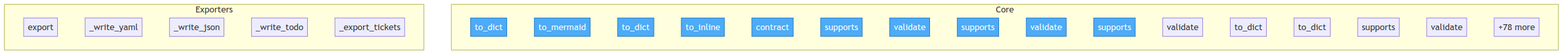
Above: project/flow.png in semcod/intract (Mermaid), before the change. Its source is kept beside it as project/flow.mmd. The source it was exported from:
```mermaid
flowchart TD

    classDef entry fill:#4dabf7,stroke:#1971c2,color:#fff

    subgraph Core
        src__intract__graph__ContractGraph__to_dict["to_dict"]
        src__intract__graph__ContractGraph__to_mermaid["to_mermaid"]
        src__intract__coverage__CoverageReport__to_dict["to_dict"]
        src__intract__sdk__ContractBuilder__to_inline["to_inline"]
        src__intract__sdk__contract["contract"]
        src__intract__validators__input_output__InputPresenceRule__supports["supports"]
        src__intract__validators__input_output__InputPresenceRule__validate["validate"]
        src__intract__validators__input_output__OutputPresenceRule__supports["supports"]
        src__intract__validators__input_output__OutputPresenceRule__validate["validate"]
        src__intract__validators__input_output__ReturnValueRule__supports["supports"]
        src__intract__validators__input_output__ReturnValueRule__validate["validate"]
        src__intract__duplicates__grouping__DuplicateContract__to_dict["to_dict"]
        src__intract__duplicates__grouping__IntentDuplicateGroup__to_dict["to_dict"]
        src__intract__validators__effects__NoForbiddenEffectRule__supports["supports"]
        src__intract__validators__effects__NoForbiddenEffectRule__validate["validate"]
        ...["+78 more"]
    end

    subgraph Exporters
        src__intract__integrations__planfile__PlanfileExporter__export["export"]
        src__intract__integrations__planfile__PlanfileExporter___write_yaml["_write_yaml"]
        src__intract__integrations__planfile__PlanfileExporter___write_json["_write_json"]
        src__intract__integrations__planfile__PlanfileExporter___write_todo["_write_todo"]
        src__intract__cli___export_tickets["_export_tickets"]
    end

    class src__intract__graph__ContractGraph__to_dict,src__intract__graph__ContractGraph__to_mermaid,src__intract__coverage__CoverageReport__to_dict,src__intract__sdk__ContractBuilder__to_inline,src__intract__sdk__contract,src__intract__validators__input_output__InputPresenceRule__supports,src__intract__validators__input_output__InputPresenceRule__validate,src__intract__validators__input_output__OutputPresenceRule__supports,src__intract__validators__input_output__OutputPresenceRule__validate,src__intract__validators__input_output__ReturnValueRule__supports entry
```
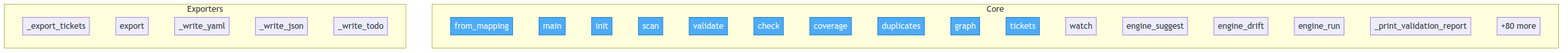
The same diagram one commit later.

The edit, as a diff of the source:
```diff
@@ -3,22 +3,22 @@
     classDef entry fill:#4dabf7,stroke:#1971c2,color:#fff
 
     subgraph Core
+        src__intract__config__IntractConfig__from_mapping["from_mapping"]
+        src__intract__project__extract_signatures_from_sources["extract_signatures_from_source"]
+        src__intract__project__validate_sources{{validate_sources CC=16}}
+        src__intract__project__validate_project["validate_project"]
+        src__intract__coverage__CoverageReport__to_dict["to_dict"]
         src__intract__graph__ContractGraph__to_dict["to_dict"]
         src__intract__graph__ContractGraph__to_mermaid["to_mermaid"]
-        src__intract__coverage__CoverageReport__to_dict["to_dict"]
         src__intract__sdk__ContractBuilder__to_inline["to_inline"]
         src__intract__sdk__contract["contract"]
-        src__intract__validators__input_output__InputPresenceRule__supports["supports"]
-        src__intract__validators__input_output__InputPresenceRule__validate["validate"]
-        src__intract__validators__input_output__OutputPresenceRule__supports["supports"]
-        src__intract__validators__input_output__OutputPresenceRule__validate["validate"]
-        src__intract__validators__input_output__ReturnValueRule__supports["supports"]
-        src__intract__validators__input_output__ReturnValueRule__validate["validate"]
+        src__intract__manifest_schema__ManifestValidationReport__to_dict["to_dict"]
+        src__intract__manifest_schema__validate_manifest{{validate_manifest CC=15}}
         src__intract__duplicates__grouping__DuplicateContract__to_dict["to_dict"]
         src__intract__duplicates__grouping__IntentDuplicateGroup__to_dict["to_dict"]
-        src__intract__validators__effects__NoForbiddenEffectRule__supports["supports"]
-        src__intract__validators__effects__NoForbiddenEffectRule__validate["validate"]
-        ...["+78 more"]
+        src__intract__validators__artifacts__ArtifactValidationReport__to_dict["to_dict"]
+        src__intract__validators__input_output__InputPresenceRule__supports["supports"]
+        ...["+86 more"]
     end
 
     subgraph Exporters
@@ -29,4 +29,4 @@
         src__intract__cli___export_tickets["_export_tickets"]
     end
 
-    class src__intract__graph__ContractGraph__to_dict,src__intract__graph__ContractGraph__to_mermaid,src__intract__coverage__CoverageReport__to_dict,src__intract__sdk__ContractBuilder__to_inline,src__intract__sdk__contract,src__intract__validators__input_output__InputPresenceRule__supports,src__intract__validators__input_output__InputPresenceRule__validate,src__intract__validators__input_output__OutputPresenceRule__supports,src__intract__validators__input_output__OutputPresenceRule__validate,src__intract__validators__input_output__ReturnValueRule__supports entry
+    class src__intract__config__IntractConfig__from_mapping,src__intract__coverage__CoverageReport__to_dict,src__intract__graph__ContractGraph__to_dict,src__intract__graph__ContractGraph__to_mermaid,src__intract__sdk__ContractBuilder__to_inline,src__intract__sdk__contract,src__intract__manifest_schema__ManifestValidationReport__to_dict,src__intract__duplicates__grouping__DuplicateContract__to_dict,src__intract__duplicates__grouping__IntentDuplicateGroup__to_dict,src__intract__validators__artifacts__ArtifactValidationReport__to_dict entry
```
